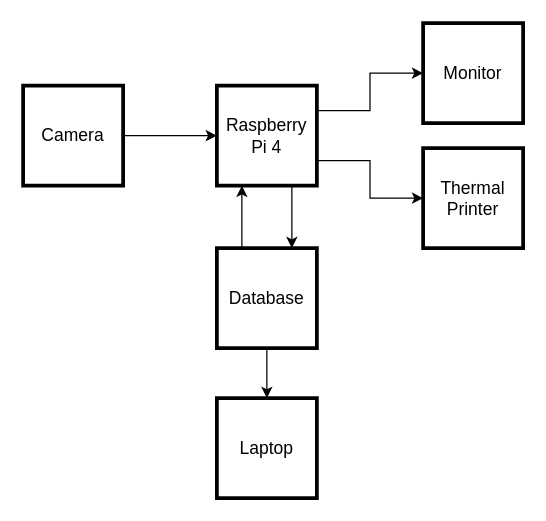
jubelalferez/Project-Design keeps this draw.io diagram as tflite/Documents/Diagrams/Block Diagram.drawio. Above is the earlier version. Source tidied: cells renumbered, new cells numbered last; positions are measured from the earlier drawing's top-left corner, leaving out a move shared by most shapes. Both pictures are drawn from the tidied source at 125%, with x=0, y=0 at pixel (22, 22).
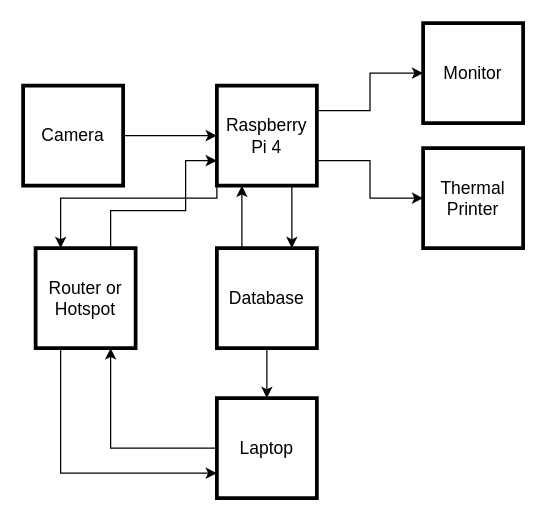
The same page after the edit.

The change refers to these unchanged cells:
```xml
<mxCell id="7" value="&lt;font style=&quot;font-size: 14px&quot;&gt;Raspberry Pi 4&lt;/font&gt;" style="whiteSpace=wrap;html=1;strokeWidth=3;" parent="1" vertex="1">
  <mxGeometry x="155" y="50" width="80" height="80" as="geometry" />
</mxCell>
<mxCell id="9" value="&lt;span style=&quot;font-size: 14px&quot;&gt;Laptop&lt;br&gt;&lt;/span&gt;" style="whiteSpace=wrap;html=1;strokeWidth=3;" parent="1" vertex="1">
  <mxGeometry x="155" y="300" width="80" height="80" as="geometry" />
</mxCell>
```

What changed in the source:
```diff
@@
+    <mxCell id="14" style="edgeStyle=orthogonalEdgeStyle;rounded=0;jettySize=auto;html=1;exitX=0;exitY=0.75;exitDx=0;exitDy=0;entryX=0.25;entryY=0;entryDx=0;entryDy=0;" parent="1" edge="1" source="7" target="18">
+      <mxGeometry relative="1" as="geometry">
+        <Array as="points">
+          <mxPoint x="155" y="140" />
+          <mxPoint x="30" y="140" />
+        </Array>
+      </mxGeometry>
+    </mxCell>
@@
+    <mxCell id="15" style="edgeStyle=orthogonalEdgeStyle;rounded=0;jettySize=auto;html=1;exitX=0;exitY=0.5;exitDx=0;exitDy=0;entryX=0.75;entryY=1;entryDx=0;entryDy=0;" parent="1" edge="1" source="9" target="18">
+      <mxGeometry relative="1" as="geometry" />
+    </mxCell>
@@
+    <mxCell id="16" style="edgeStyle=orthogonalEdgeStyle;rounded=0;jettySize=auto;html=1;exitX=0.25;exitY=1;exitDx=0;exitDy=0;entryX=0;entryY=0.75;entryDx=0;entryDy=0;" parent="1" edge="1" source="18" target="9">
+      <mxGeometry relative="1" as="geometry" />
+    </mxCell>
+    <mxCell id="17" style="edgeStyle=orthogonalEdgeStyle;rounded=0;jettySize=auto;html=1;exitX=0.75;exitY=0;exitDx=0;exitDy=0;entryX=0;entryY=0.75;entryDx=0;entryDy=0;" parent="1" edge="1" source="18" target="7">
+      <mxGeometry relative="1" as="geometry">
+        <Array as="points">
+          <mxPoint x="70" y="150" />
+          <mxPoint x="130" y="150" />
+          <mxPoint x="130" y="110" />
+        </Array>
+      </mxGeometry>
+    </mxCell>
+    <mxCell id="18" value="&lt;span style=&quot;font-size: 14px&quot;&gt;Router or&lt;br&gt;Hotspot&lt;br&gt;&lt;/span&gt;" style="whiteSpace=wrap;html=1;strokeWidth=3;" parent="1" vertex="1">
+      <mxGeometry x="10" y="180" width="80" height="80" as="geometry" />
+    </mxCell>
```
